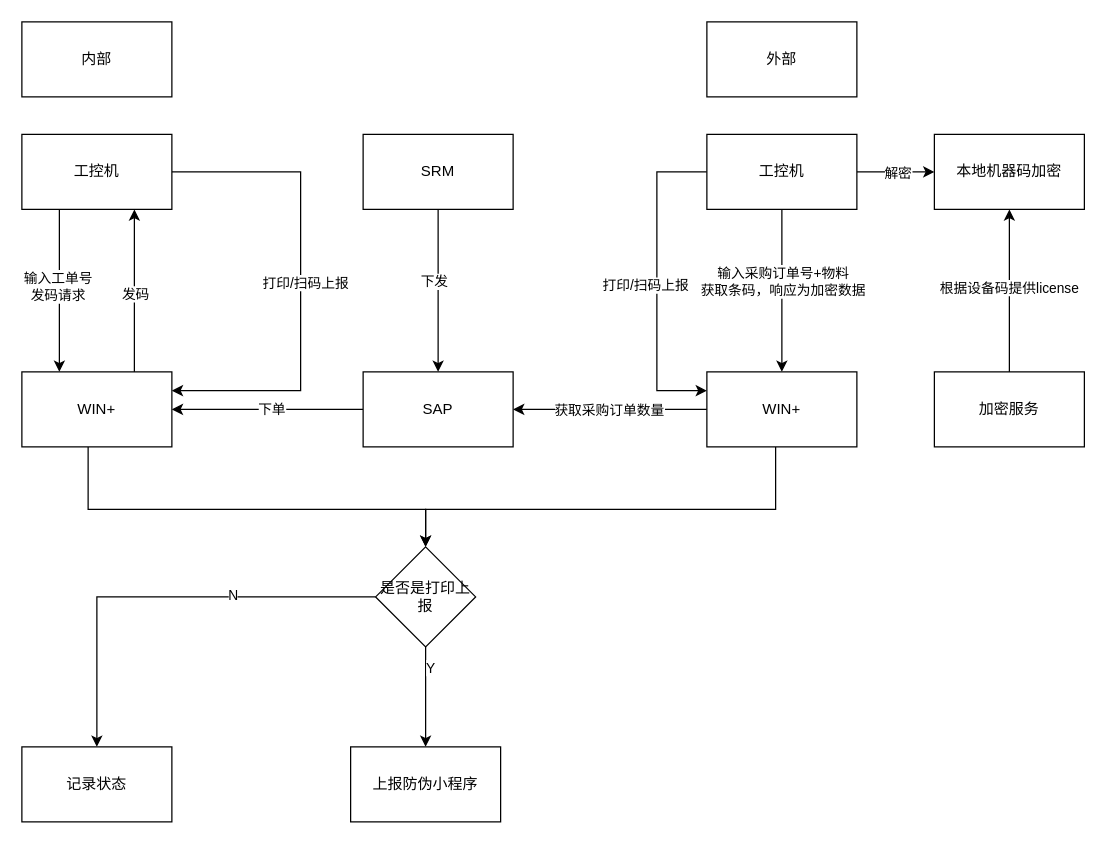
fan-ga/flowChart keeps this draw.io diagram as 一物一码系统交互.drawio. Above is the earlier version. Source tidied: cells renumbered, new cells numbered last; positions are measured from the earlier drawing's top-left corner, leaving out a move shared by most shapes. Both pictures are drawn from the tidied source at 125%, with x=0, y=0 at pixel (21, 21).
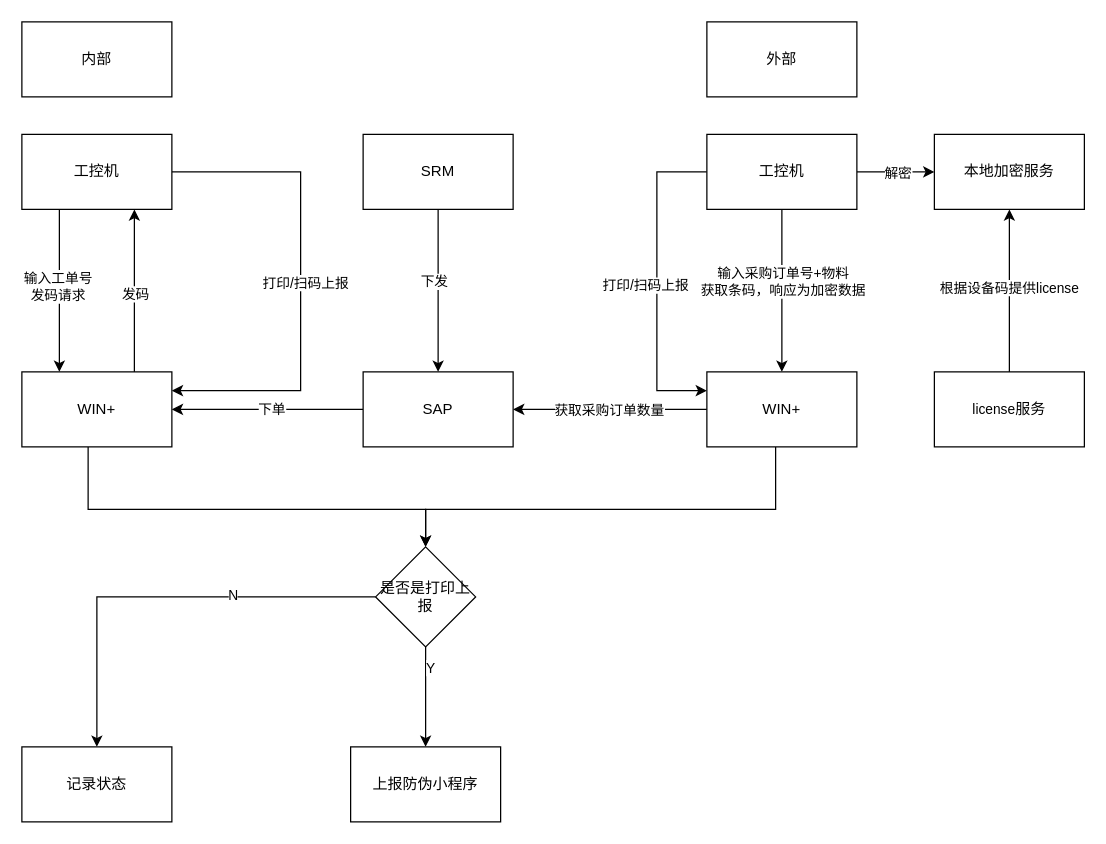
Above is the later version.

Commit message (it also covers changes not shown here):
更新一物一码系统交互.drawio

The edit, as a diff of the source:
```diff
@@
-    <mxCell id="38" value="本地机器码加密" style="rounded=0;whiteSpace=wrap;html=1;" parent="1" vertex="1">
+    <mxCell id="38" value="本地加密服务" style="rounded=0;whiteSpace=wrap;html=1;" parent="1" vertex="1">
       <mxGeometry x="730" y="90" width="120" height="60" as="geometry" />
     </mxCell>
@@
-    <mxCell id="41" value="加密服务" style="rounded=0;whiteSpace=wrap;html=1;" parent="1" vertex="1">
+    <mxCell id="41" value="&lt;span style=&quot;font-size: 11px; text-wrap-mode: nowrap; background-color: rgb(255, 255, 255);&quot;&gt;license&lt;/span&gt;服务" style="rounded=0;whiteSpace=wrap;html=1;" parent="1" vertex="1">
       <mxGeometry x="730" y="280" width="120" height="60" as="geometry" />
     </mxCell>
```
